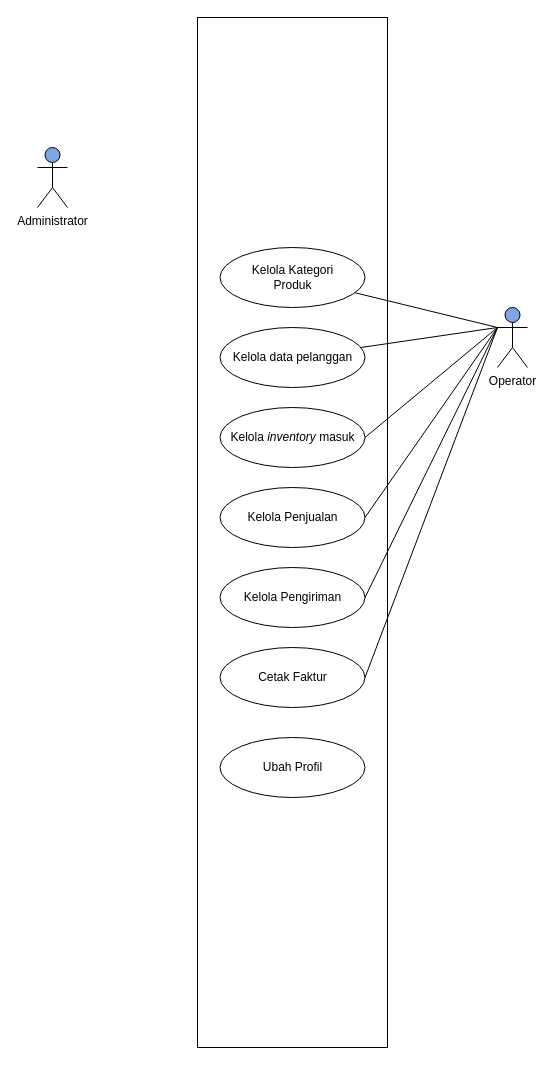
Before: Boundary System.drawio in Simasco/diagram, a draw.io diagram. Source tidied: cells renumbered, new cells numbered last; positions are measured from the earlier drawing's top-left corner, leaving out a move shared by most shapes. Both pictures are drawn from the tidied source at 100%, with x=0, y=0 at pixel (37, 17).
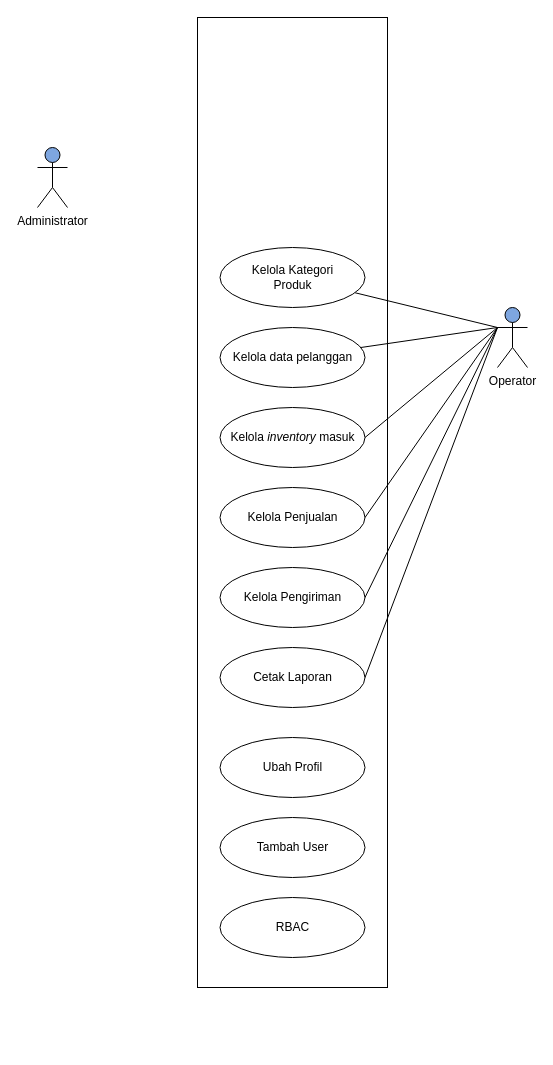
The same page after the edit.

The edit, as a diff of the source:
```diff
@@
     <mxCell id="3" style="rounded=0;whiteSpace=wrap;html=1;" parent="1" vertex="1">
-      <mxGeometry x="160" width="190" height="1030" as="geometry" />
+      <mxGeometry x="160" width="190" height="970" as="geometry" />
     </mxCell>
@@
-    <mxCell id="12" value="Cetak Faktur" style="ellipse;whiteSpace=wrap;html=1;" parent="1" vertex="1">
+    <mxCell id="12" value="Cetak Laporan" style="ellipse;whiteSpace=wrap;html=1;" parent="1" vertex="1">
       <mxGeometry x="182.5" y="630" width="145" height="60" as="geometry" />
     </mxCell>
@@
+    <mxCell id="18" value="Tambah User" style="ellipse;whiteSpace=wrap;html=1;" parent="1" vertex="1">
+      <mxGeometry x="182.5" y="800" width="145" height="60" as="geometry" />
+    </mxCell>
+    <mxCell id="19" value="RBAC" style="ellipse;whiteSpace=wrap;html=1;" parent="1" vertex="1">
+      <mxGeometry x="182.5" y="880" width="145" height="60" as="geometry" />
+    </mxCell>
```
